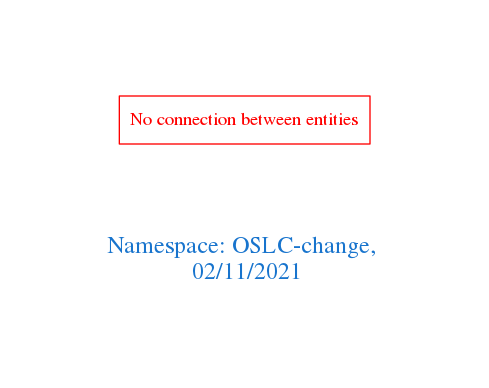
Above: downloads/OSLC-change.png in arago/OGIT (Graphviz), before the change. Its source is kept beside it as downloads/OSLC-change.dot.
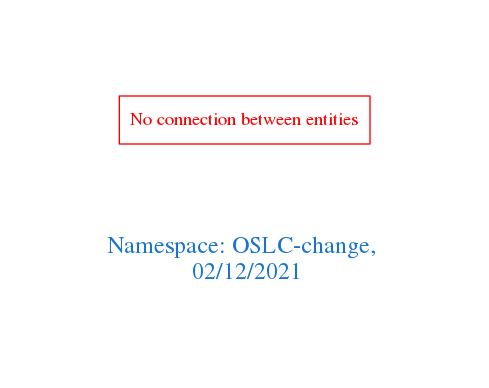
Above is the later version.

The edit, as a diff of the source:
```diff
@@ -1,7 +1,7 @@
 digraph OGIT_ontology {
  graph [ rankdir= LR,pad=1
 fontsize = 18,
-fontcolor= dodgerblue3,label = "\n\n\nNamespace: OSLC-change, \n 02/11/2021"];
+fontcolor= dodgerblue3,label = "\n\n\nNamespace: OSLC-change, \n 02/12/2021"];
 node[shape=polygon];
 edge [  color="gray81"];
 
```
